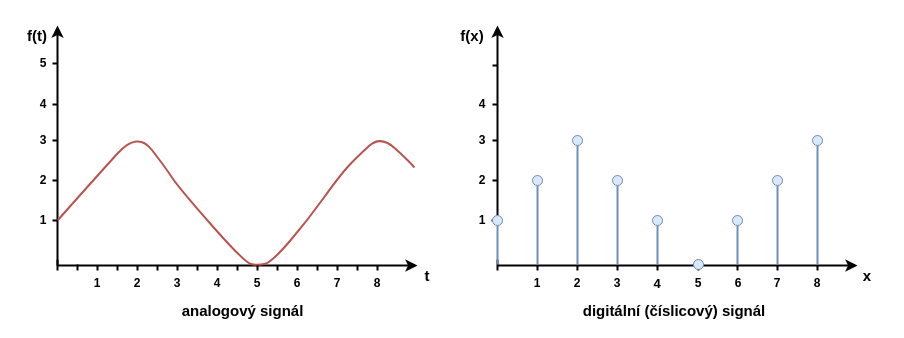
Doly02/thesis keeps this draw.io diagram as diagrams/digital_vs_analog/digital_vs_analog.drawio. Above is the earlier version. Source tidied: cells renumbered, new cells numbered last; positions are measured from the earlier drawing's top-left corner, leaving out a move shared by most shapes. Both pictures are drawn from the tidied source at 100%, with x=0, y=0 at pixel (17, 25).
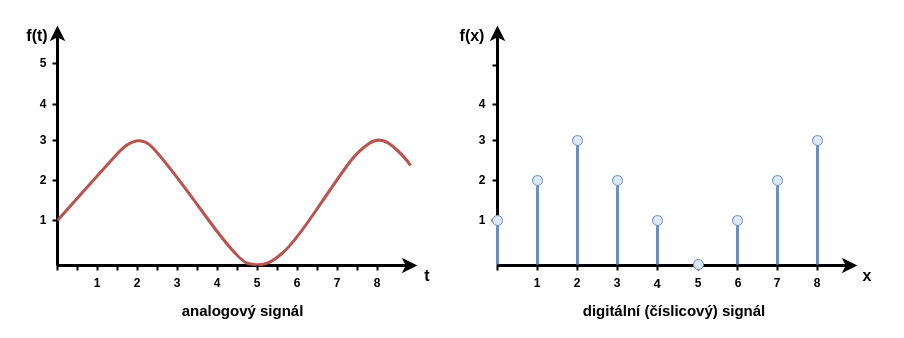
After the change.

The change refers to these unchanged cells:
```xml
<mxCell id="29" style="ellipse;whiteSpace=wrap;html=1;fillColor=#dae8fc;strokeColor=#6c8ebf;" parent="1" vertex="1">
  <mxGeometry x="475" y="190" width="10" height="10" as="geometry" />
</mxCell>
```

What changed in the source:
```diff
@@
-    <mxCell id="12" style="endArrow=classic;html=1;rounded=0;strokeWidth=2;" parent="1" edge="1">
+    <mxCell id="12" style="endArrow=classic;html=1;rounded=0;strokeWidth=3;" parent="1" edge="1">
       <mxGeometry relative="1" as="geometry">
         <mxPoint x="40" y="240" as="sourcePoint" />
         <mxPoint x="400" y="240" as="targetPoint" />
       </mxGeometry>
     </mxCell>
-    <mxCell id="13" style="endArrow=classic;html=1;rounded=0;strokeWidth=2;" parent="1" edge="1">
+    <mxCell id="13" style="endArrow=classic;html=1;rounded=0;strokeWidth=3;" parent="1" edge="1">
       <mxGeometry relative="1" as="geometry">
         <mxPoint x="40" y="240" as="sourcePoint" />
         <mxPoint x="40" as="targetPoint" />
       </mxGeometry>
     </mxCell>
-    <mxCell id="14" style="curved=1;endArrow=none;html=1;rounded=0;fillColor=#f8cecc;strokeColor=#b85450;startFill=0;strokeWidth=2;" parent="1" edge="1">
+    <mxCell id="14" style="curved=1;endArrow=none;html=1;rounded=0;fillColor=#f8cecc;strokeColor=#b85450;startFill=0;strokeWidth=3;" parent="1" edge="1">
       <mxGeometry relative="1" as="geometry">
         <mxPoint x="40" y="195" as="sourcePoint" />
-        <mxPoint x="397" y="142" as="targetPoint" />
+        <mxPoint x="393" y="140" as="targetPoint" />
         <Array as="points">
           <mxPoint x="80" y="150" />
           <mxPoint x="120" y="106" />
-          <mxPoint x="148" y="142" />
-          <mxPoint x="161" y="162" />
-          <mxPoint x="227" y="237" />
+          <mxPoint x="150" y="138" />
+          <mxPoint x="221" y="236" />
           <mxPoint x="240" y="240" />
           <mxPoint x="254" y="237" />
-          <mxPoint x="290" y="195" />
+          <mxPoint x="276" y="218" />
           <mxPoint x="323" y="149" />
-          <mxPoint x="340" y="131" />
+          <mxPoint x="340" y="126" />
           <mxPoint x="363" y="110" />
-          <mxPoint x="390" y="134" />
+          <mxPoint x="388" y="132" />
         </Array>
       </mxGeometry>
     </mxCell>
-    <mxCell id="15" value="&lt;font style=&quot;font-size: 15px;&quot;&gt;&lt;b style=&quot;&quot;&gt;f(t)&lt;/b&gt;&lt;/font&gt;" style="text;html=1;align=center;verticalAlign=middle;whiteSpace=wrap;rounded=0;" parent="1" vertex="1">
+    <mxCell id="15" value="&lt;font style=&quot;font-size: 16px;&quot;&gt;&lt;b style=&quot;&quot;&gt;f(t)&lt;/b&gt;&lt;/font&gt;" style="text;html=1;align=center;verticalAlign=middle;whiteSpace=wrap;rounded=0;" parent="1" vertex="1">
       <mxGeometry width="40" height="20" as="geometry" />
     </mxCell>
-    <mxCell id="16" value="&lt;b style=&quot;&quot;&gt;&lt;font style=&quot;font-size: 15px;&quot;&gt;t&lt;/font&gt;&lt;/b&gt;" style="text;html=1;align=center;verticalAlign=middle;whiteSpace=wrap;rounded=0;" parent="1" vertex="1">
+    <mxCell id="16" value="&lt;b style=&quot;&quot;&gt;&lt;font style=&quot;font-size: 16px;&quot;&gt;t&lt;/font&gt;&lt;/b&gt;" style="text;html=1;align=center;verticalAlign=middle;whiteSpace=wrap;rounded=0;" parent="1" vertex="1">
       <mxGeometry x="390" y="240" width="40" height="20" as="geometry" />
     </mxCell>
-    <mxCell id="17" style="endArrow=classic;html=1;rounded=0;strokeWidth=2;" parent="1" edge="1">
+    <mxCell id="17" style="endArrow=classic;html=1;rounded=0;strokeWidth=3;" parent="1" edge="1">
       <mxGeometry relative="1" as="geometry">
         <mxPoint x="480" y="240" as="sourcePoint" />
         <mxPoint x="840" y="240" as="targetPoint" />
       </mxGeometry>
     </mxCell>
-    <mxCell id="18" style="endArrow=classic;html=1;rounded=0;strokeWidth=2;" parent="1" edge="1" source="29">
+    <mxCell id="18" style="endArrow=classic;html=1;rounded=0;strokeWidth=3;" parent="1" edge="1" source="29">
       <mxGeometry relative="1" as="geometry">
         <mxPoint x="480" as="targetPoint" />
       </mxGeometry>
     </mxCell>
-    <mxCell id="19" value="&lt;font style=&quot;font-size: 15px;&quot;&gt;&lt;b style=&quot;&quot;&gt;f(x)&lt;/b&gt;&lt;/font&gt;" style="text;html=1;align=center;verticalAlign=middle;whiteSpace=wrap;rounded=0;" parent="1" vertex="1">
+    <mxCell id="19" value="&lt;font style=&quot;font-size: 16px;&quot;&gt;&lt;b style=&quot;&quot;&gt;f(x)&lt;/b&gt;&lt;/font&gt;" style="text;html=1;align=center;verticalAlign=middle;whiteSpace=wrap;rounded=0;" parent="1" vertex="1">
       <mxGeometry x="435" width="40" height="20" as="geometry" />
     </mxCell>
-    <mxCell id="20" value="&lt;b style=&quot;&quot;&gt;&lt;font style=&quot;font-size: 15px;&quot;&gt;x&lt;/font&gt;&lt;/b&gt;" style="text;html=1;align=center;verticalAlign=middle;whiteSpace=wrap;rounded=0;" parent="1" vertex="1">
+    <mxCell id="20" value="&lt;b style=&quot;&quot;&gt;&lt;font style=&quot;font-size: 16px;&quot;&gt;x&lt;/font&gt;&lt;/b&gt;" style="text;html=1;align=center;verticalAlign=middle;whiteSpace=wrap;rounded=0;" parent="1" vertex="1">
       <mxGeometry x="830" y="240" width="40" height="20" as="geometry" />
     </mxCell>
-    <mxCell id="21" style="endArrow=none;html=1;rounded=0;fillColor=#dae8fc;strokeColor=#6c8ebf;strokeWidth=2;" parent="1" edge="1">
+    <mxCell id="21" style="endArrow=none;html=1;rounded=0;fillColor=#dae8fc;strokeColor=#6c8ebf;strokeWidth=3;" parent="1" edge="1">
       <mxGeometry relative="1" as="geometry">
         <mxPoint x="520" y="239" as="sourcePoint" />
         <mxPoint x="520" y="160" as="targetPoint" />
       </mxGeometry>
     </mxCell>
-    <mxCell id="22" style="endArrow=none;html=1;rounded=0;fillColor=#dae8fc;strokeColor=#6c8ebf;strokeWidth=2;" parent="1" edge="1">
+    <mxCell id="22" style="endArrow=none;html=1;rounded=0;fillColor=#dae8fc;strokeColor=#6c8ebf;strokeWidth=3;" parent="1" edge="1">
       <mxGeometry relative="1" as="geometry">
         <mxPoint x="480" y="239" as="sourcePoint" />
         <mxPoint x="480" y="200" as="targetPoint" />
       </mxGeometry>
     </mxCell>
-    <mxCell id="23" style="endArrow=none;html=1;rounded=0;fillColor=#dae8fc;strokeColor=#6c8ebf;strokeWidth=2;" parent="1" edge="1">
+    <mxCell id="23" style="endArrow=none;html=1;rounded=0;fillColor=#dae8fc;strokeColor=#6c8ebf;strokeWidth=3;" parent="1" edge="1">
       <mxGeometry relative="1" as="geometry">
         <mxPoint x="560" y="239" as="sourcePoint" />
         <mxPoint x="560" y="120" as="targetPoint" />
       </mxGeometry>
     </mxCell>
-    <mxCell id="24" style="endArrow=none;html=1;rounded=0;fillColor=#dae8fc;strokeColor=#6c8ebf;strokeWidth=2;" parent="1" edge="1">
+    <mxCell id="24" style="endArrow=none;html=1;rounded=0;fillColor=#dae8fc;strokeColor=#6c8ebf;strokeWidth=3;" parent="1" edge="1">
       <mxGeometry relative="1" as="geometry">
         <mxPoint x="600" y="239" as="sourcePoint" />
         <mxPoint x="600" y="160" as="targetPoint" />
       </mxGeometry>
     </mxCell>
-    <mxCell id="25" style="endArrow=none;html=1;rounded=0;fillColor=#dae8fc;strokeColor=#6c8ebf;strokeWidth=2;" parent="1" edge="1">
+    <mxCell id="25" style="endArrow=none;html=1;rounded=0;fillColor=#dae8fc;strokeColor=#6c8ebf;strokeWidth=3;" parent="1" edge="1">
       <mxGeometry relative="1" as="geometry">
         <mxPoint x="640" y="239" as="sourcePoint" />
         <mxPoint x="640" y="200" as="targetPoint" />
       </mxGeometry>
     </mxCell>
-    <mxCell id="26" style="endArrow=none;html=1;rounded=0;fillColor=#dae8fc;strokeColor=#6c8ebf;strokeWidth=2;" parent="1" edge="1">
+    <mxCell id="26" style="endArrow=none;html=1;rounded=0;fillColor=#dae8fc;strokeColor=#6c8ebf;strokeWidth=3;" parent="1" edge="1">
       <mxGeometry relative="1" as="geometry">
         <mxPoint x="720" y="239" as="sourcePoint" />
         <mxPoint x="720" y="200" as="targetPoint" />
       </mxGeometry>
     </mxCell>
-    <mxCell id="27" style="endArrow=none;html=1;rounded=0;fillColor=#dae8fc;strokeColor=#6c8ebf;strokeWidth=2;" parent="1" edge="1">
+    <mxCell id="27" style="endArrow=none;html=1;rounded=0;fillColor=#dae8fc;strokeColor=#6c8ebf;strokeWidth=3;" parent="1" edge="1">
       <mxGeometry relative="1" as="geometry">
         <mxPoint x="760" y="239" as="sourcePoint" />
         <mxPoint x="760" y="160" as="targetPoint" />
       </mxGeometry>
     </mxCell>
-    <mxCell id="28" style="endArrow=none;html=1;rounded=0;fillColor=#dae8fc;strokeColor=#6c8ebf;strokeWidth=2;" parent="1" edge="1">
+    <mxCell id="28" style="endArrow=none;html=1;rounded=0;fillColor=#dae8fc;strokeColor=#6c8ebf;strokeWidth=3;" parent="1" edge="1">
       <mxGeometry relative="1" as="geometry">
         <mxPoint x="800" y="239" as="sourcePoint" />
         <mxPoint x="800" y="120" as="targetPoint" />
       </mxGeometry>
     </mxCell>
```
